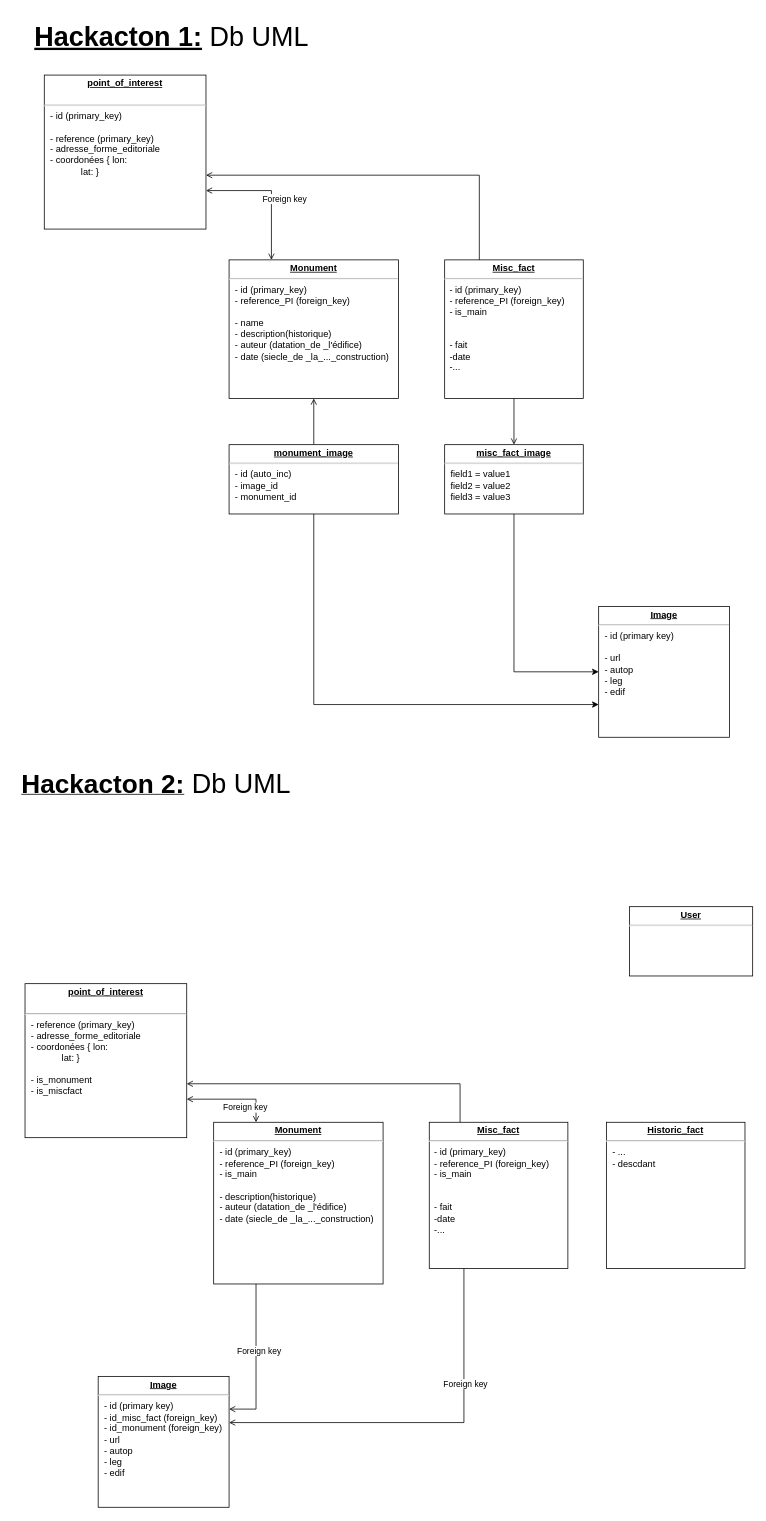
Before: StepOut_UML.drawio in Bazajee/StepOut, a draw.io diagram. Source tidied: cells renumbered, new cells numbered last; positions are measured from the earlier drawing's top-left corner, leaving out a move shared by most shapes. Both pictures are drawn from the tidied source at 77%, with x=0, y=0 at pixel (13, 13).
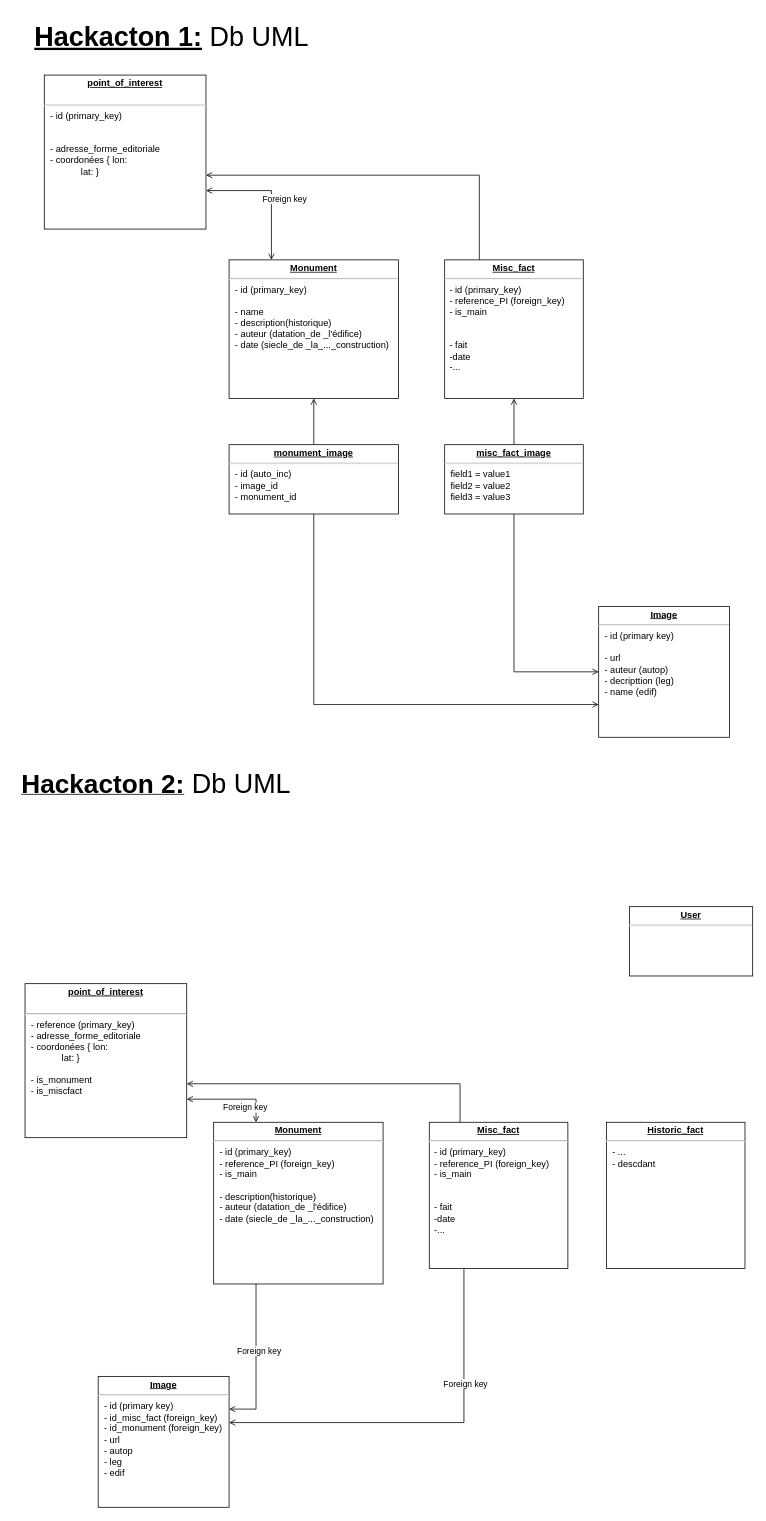
Above is the later version.

Commit message (it also covers changes not shown here):
Mettre à jour StepOut_UML.drawio

The change refers to these unchanged cells:
```xml
<mxCell id="18" value="&lt;p style=&quot;margin:0px;margin-top:4px;text-align:center;text-decoration:underline;&quot;&gt;&lt;b&gt;Misc_fact&lt;br&gt;&lt;/b&gt;&lt;/p&gt;&lt;hr&gt;&lt;div&gt;&amp;nbsp; - id (primary_key)&lt;br&gt;&lt;/div&gt;&lt;div&gt;&amp;nbsp; - reference_PI (foreign_key)&lt;/div&gt;&lt;div&gt;&amp;nbsp; - is_main&lt;/div&gt;&lt;div&gt;&lt;br&gt;&lt;/div&gt;&lt;div&gt;&lt;br&gt;&lt;/div&gt;&lt;div&gt;&amp;nbsp; - fait&amp;nbsp; &lt;br&gt;&lt;/div&gt;&lt;div&gt;&amp;nbsp; -date&lt;/div&gt;&lt;div&gt;&amp;nbsp; -...&lt;br&gt;&lt;/div&gt;" style="verticalAlign=top;align=left;overflow=fill;fontSize=12;fontFamily=Helvetica;html=1;whiteSpace=wrap;" parent="1" vertex="1">
  <mxGeometry x="560" y="320" width="180" height="180" as="geometry" />
</mxCell>
<mxCell id="27" value="&lt;p style=&quot;margin:0px;margin-top:4px;text-align:center;text-decoration:underline;&quot;&gt;&lt;b&gt;monument_image&lt;/b&gt;&lt;br&gt;&lt;/p&gt;&lt;hr&gt;&lt;p style=&quot;margin:0px;margin-left:8px;&quot;&gt;- id (auto_inc)&lt;/p&gt;&lt;p style=&quot;margin:0px;margin-left:8px;&quot;&gt;- image_id&lt;/p&gt;&lt;p style=&quot;margin:0px;margin-left:8px;&quot;&gt;- monument_id&lt;br&gt;&lt;/p&gt;&lt;p style=&quot;margin:0px;margin-left:8px;&quot;&gt;&lt;br&gt;&lt;/p&gt;&lt;p style=&quot;margin:0px;margin-left:8px;&quot;&gt;&lt;br&gt;&lt;/p&gt;" style="verticalAlign=top;align=left;overflow=fill;fontSize=12;fontFamily=Helvetica;html=1;whiteSpace=wrap;" parent="1" vertex="1">
  <mxGeometry x="280" y="560" width="220" height="90" as="geometry" />
</mxCell>
<mxCell id="29" value="&lt;p style=&quot;margin:0px;margin-top:4px;text-align:center;text-decoration:underline;&quot;&gt;&lt;b&gt;misc_fact_image&lt;/b&gt;&lt;/p&gt;&lt;hr&gt;&lt;p style=&quot;margin:0px;margin-left:8px;&quot;&gt;field1 = value1&lt;br&gt;field2 = value2&lt;br&gt;field3 = value3&lt;/p&gt;" style="verticalAlign=top;align=left;overflow=fill;fontSize=12;fontFamily=Helvetica;html=1;whiteSpace=wrap;" parent="1" vertex="1">
  <mxGeometry x="560" y="560" width="180" height="90" as="geometry" />
</mxCell>
```

Change to the diagram source:
```diff
@@
-    <mxCell id="17" style="edgeStyle=orthogonalEdgeStyle;rounded=0;jettySize=auto;html=1;entryX=0.5;entryY=0;entryDx=0;entryDy=0;endArrow=open;endFill=0;" parent="1" edge="1" source="18" target="29">
+    <mxCell id="17" style="edgeStyle=orthogonalEdgeStyle;rounded=0;jettySize=auto;html=1;entryX=0.5;entryY=0;entryDx=0;entryDy=0;endArrow=none;endFill=0;startArrow=open;startFill=0;" parent="1" edge="1" source="18" target="29">
       <mxGeometry relative="1" as="geometry" />
     </mxCell>
@@
-    <mxCell id="19" value="&lt;p style=&quot;margin:0px;margin-top:4px;text-align:center;text-decoration:underline;&quot;&gt;&lt;b&gt;point_of_interest&lt;/b&gt;&lt;br&gt;&lt;/p&gt;&lt;br&gt;&lt;hr&gt;&lt;p style=&quot;margin:0px;margin-left:8px;&quot;&gt;- id (primary_key)&lt;/p&gt;&lt;p style=&quot;margin:0px;margin-left:8px;&quot;&gt;&lt;br&gt;&lt;/p&gt;&lt;p style=&quot;margin:0px;margin-left:8px;&quot;&gt;- reference (primary_key)&lt;br&gt;&lt;/p&gt;&lt;p style=&quot;margin:0px;margin-left:8px;&quot;&gt;- adresse_forme_editoriale&lt;/p&gt;&lt;p style=&quot;margin:0px;margin-left:8px;&quot;&gt;- coordonées { lon:&lt;/p&gt;&lt;p style=&quot;margin:0px;margin-left:8px;&quot;&gt;&lt;span style=&quot;&quot;&gt;&lt;span style=&quot;&quot;&gt;&amp;nbsp;&amp;nbsp;&amp;nbsp;&amp;nbsp;&lt;/span&gt;&lt;/span&gt;&lt;span style=&quot;&quot;&gt;&lt;span style=&quot;&quot;&gt;&amp;nbsp;&amp;nbsp;&amp;nbsp;&amp;nbsp;&lt;/span&gt;&lt;/span&gt;&lt;span style=&quot;&quot;&gt;&lt;span style=&quot;&quot;&gt;&amp;nbsp;&amp;nbsp;&amp;nbsp;&amp;nbsp;&lt;/span&gt;&lt;/span&gt;lat: }&lt;/p&gt;&lt;p style=&quot;margin:0px;margin-left:8px;&quot;&gt;&lt;br&gt;&lt;/p&gt;&lt;p style=&quot;margin:0px;margin-left:8px;&quot;&gt;&lt;br&gt;&lt;/p&gt;&lt;p style=&quot;margin:0px;margin-left:8px;&quot;&gt;&lt;br&gt;&lt;/p&gt;" style="verticalAlign=top;align=left;overflow=fill;fontSize=12;fontFamily=Helvetica;html=1;whiteSpace=wrap;" parent="1" vertex="1">
+    <mxCell id="19" value="&lt;p style=&quot;margin:0px;margin-top:4px;text-align:center;text-decoration:underline;&quot;&gt;&lt;b&gt;point_of_interest&lt;/b&gt;&lt;br&gt;&lt;/p&gt;&lt;br&gt;&lt;hr&gt;&lt;p style=&quot;margin:0px;margin-left:8px;&quot;&gt;- id (primary_key)&lt;/p&gt;&lt;p style=&quot;margin:0px;margin-left:8px;&quot;&gt;&lt;br&gt;&lt;/p&gt;&lt;p style=&quot;margin:0px;margin-left:8px;&quot;&gt;&lt;br&gt;&lt;/p&gt;&lt;p style=&quot;margin:0px;margin-left:8px;&quot;&gt;- adresse_forme_editoriale&lt;/p&gt;&lt;p style=&quot;margin:0px;margin-left:8px;&quot;&gt;- coordonées { lon:&lt;/p&gt;&lt;p style=&quot;margin:0px;margin-left:8px;&quot;&gt;&lt;span style=&quot;&quot;&gt;&lt;span style=&quot;&quot;&gt;&amp;nbsp;&amp;nbsp;&amp;nbsp;&amp;nbsp;&lt;/span&gt;&lt;/span&gt;&lt;span style=&quot;&quot;&gt;&lt;span style=&quot;&quot;&gt;&amp;nbsp;&amp;nbsp;&amp;nbsp;&amp;nbsp;&lt;/span&gt;&lt;/span&gt;&lt;span style=&quot;&quot;&gt;&lt;span style=&quot;&quot;&gt;&amp;nbsp;&amp;nbsp;&amp;nbsp;&amp;nbsp;&lt;/span&gt;&lt;/span&gt;lat: }&lt;/p&gt;&lt;p style=&quot;margin:0px;margin-left:8px;&quot;&gt;&lt;br&gt;&lt;/p&gt;&lt;p style=&quot;margin:0px;margin-left:8px;&quot;&gt;&lt;br&gt;&lt;/p&gt;&lt;p style=&quot;margin:0px;margin-left:8px;&quot;&gt;&lt;br&gt;&lt;/p&gt;" style="verticalAlign=top;align=left;overflow=fill;fontSize=12;fontFamily=Helvetica;html=1;whiteSpace=wrap;" parent="1" vertex="1">
       <mxGeometry x="40" y="80" width="210" height="200" as="geometry" />
     </mxCell>
@@
-    <mxCell id="23" value="&lt;p style=&quot;margin:0px;margin-top:4px;text-align:center;text-decoration:underline;&quot;&gt;&lt;b&gt;Monument&lt;/b&gt;&lt;/p&gt;&lt;hr&gt;&lt;p style=&quot;margin:0px;margin-left:8px;&quot;&gt;- id (primary_key)&lt;br&gt;&lt;/p&gt;&lt;p style=&quot;margin:0px;margin-left:8px;&quot;&gt;- reference_PI (foreign_key)&lt;/p&gt;&lt;p style=&quot;margin:0px;margin-left:8px;&quot;&gt;&lt;br&gt;&lt;/p&gt;&lt;p style=&quot;margin:0px;margin-left:8px;&quot;&gt;- name&lt;br&gt;&lt;/p&gt;&lt;p style=&quot;margin:0px;margin-left:8px;&quot;&gt;&lt;/p&gt;&lt;p style=&quot;margin:0px;margin-left:8px;&quot;&gt;- description(historique)&lt;br&gt;&lt;/p&gt;&lt;p style=&quot;margin:0px;margin-left:8px;&quot;&gt;- auteur (datation_de _l'édifice)&lt;/p&gt;&lt;p style=&quot;margin:0px;margin-left:8px;&quot;&gt;- date (siecle_de _la_..._construction)&lt;/p&gt;&lt;p style=&quot;margin:0px;margin-left:8px;&quot;&gt;&lt;/p&gt;&lt;p style=&quot;margin:0px;margin-left:8px;&quot;&gt;&lt;/p&gt;" style="verticalAlign=top;align=left;overflow=fill;fontSize=12;fontFamily=Helvetica;html=1;whiteSpace=wrap;" parent="1" vertex="1">
+    <mxCell id="23" value="&lt;p style=&quot;margin:0px;margin-top:4px;text-align:center;text-decoration:underline;&quot;&gt;&lt;b&gt;Monument&lt;/b&gt;&lt;/p&gt;&lt;hr&gt;&lt;p style=&quot;margin:0px;margin-left:8px;&quot;&gt;- id (primary_key)&lt;br&gt;&lt;/p&gt;&lt;p style=&quot;margin:0px;margin-left:8px;&quot;&gt;&lt;br&gt;&lt;/p&gt;&lt;p style=&quot;margin:0px;margin-left:8px;&quot;&gt;- name&lt;br&gt;&lt;/p&gt;&lt;p style=&quot;margin:0px;margin-left:8px;&quot;&gt;&lt;/p&gt;&lt;p style=&quot;margin:0px;margin-left:8px;&quot;&gt;- description(historique)&lt;br&gt;&lt;/p&gt;&lt;p style=&quot;margin:0px;margin-left:8px;&quot;&gt;- auteur (datation_de _l'édifice)&lt;/p&gt;&lt;p style=&quot;margin:0px;margin-left:8px;&quot;&gt;- date (siecle_de _la_..._construction)&lt;/p&gt;&lt;p style=&quot;margin:0px;margin-left:8px;&quot;&gt;&lt;/p&gt;&lt;p style=&quot;margin:0px;margin-left:8px;&quot;&gt;&lt;/p&gt;" style="verticalAlign=top;align=left;overflow=fill;fontSize=12;fontFamily=Helvetica;html=1;whiteSpace=wrap;" parent="1" vertex="1">
       <mxGeometry x="280" y="320" width="220" height="180" as="geometry" />
     </mxCell>
-    <mxCell id="24" value="&lt;p style=&quot;margin:0px;margin-top:4px;text-align:center;text-decoration:underline;&quot;&gt;&lt;b&gt;Image&lt;/b&gt;&lt;/p&gt;&lt;hr&gt;&lt;p style=&quot;margin:0px;margin-left:8px;&quot;&gt;- id (primary key)&lt;/p&gt;&lt;br&gt;&lt;p style=&quot;margin:0px;margin-left:8px;&quot;&gt;- url&lt;/p&gt;&lt;p style=&quot;margin:0px;margin-left:8px;&quot;&gt;- autop&lt;/p&gt;&lt;p style=&quot;margin:0px;margin-left:8px;&quot;&gt;- leg&lt;/p&gt;&lt;p style=&quot;margin:0px;margin-left:8px;&quot;&gt;- edif&lt;br&gt;&lt;/p&gt;" style="verticalAlign=top;align=left;overflow=fill;fontSize=12;fontFamily=Helvetica;html=1;whiteSpace=wrap;" parent="1" vertex="1">
+    <mxCell id="24" value="&lt;p style=&quot;margin:0px;margin-top:4px;text-align:center;text-decoration:underline;&quot;&gt;&lt;b&gt;Image&lt;/b&gt;&lt;/p&gt;&lt;hr&gt;&lt;p style=&quot;margin:0px;margin-left:8px;&quot;&gt;- id (primary key)&lt;/p&gt;&lt;br&gt;&lt;p style=&quot;margin:0px;margin-left:8px;&quot;&gt;- url&lt;/p&gt;&lt;p style=&quot;margin:0px;margin-left:8px;&quot;&gt;- auteur (autop)&lt;/p&gt;&lt;p style=&quot;margin:0px;margin-left:8px;&quot;&gt;- decripttion (leg)&lt;/p&gt;&lt;p style=&quot;margin:0px;margin-left:8px;&quot;&gt;- name (edif)&lt;br&gt;&lt;/p&gt;" style="verticalAlign=top;align=left;overflow=fill;fontSize=12;fontFamily=Helvetica;html=1;whiteSpace=wrap;" parent="1" vertex="1">
       <mxGeometry x="760" y="770" width="170" height="170" as="geometry" />
     </mxCell>
@@
-    <mxCell id="26" style="edgeStyle=orthogonalEdgeStyle;rounded=0;jettySize=auto;html=1;entryX=0;entryY=0.75;entryDx=0;entryDy=0;exitX=0.5;exitY=1;exitDx=0;exitDy=0;" parent="1" edge="1" source="27" target="24">
+    <mxCell id="26" style="edgeStyle=orthogonalEdgeStyle;rounded=0;jettySize=auto;html=1;entryX=0;entryY=0.75;entryDx=0;entryDy=0;exitX=0.5;exitY=1;exitDx=0;exitDy=0;endArrow=open;endFill=0;" parent="1" edge="1" source="27" target="24">
       <mxGeometry relative="1" as="geometry" />
     </mxCell>
@@
-    <mxCell id="28" style="edgeStyle=orthogonalEdgeStyle;rounded=0;jettySize=auto;html=1;entryX=0;entryY=0.5;entryDx=0;entryDy=0;exitX=0.5;exitY=1;exitDx=0;exitDy=0;" parent="1" edge="1" source="29" target="24">
+    <mxCell id="28" style="edgeStyle=orthogonalEdgeStyle;rounded=0;jettySize=auto;html=1;entryX=0;entryY=0.5;entryDx=0;entryDy=0;exitX=0.5;exitY=1;exitDx=0;exitDy=0;endArrow=open;endFill=0;" parent="1" edge="1" source="29" target="24">
       <mxGeometry relative="1" as="geometry" />
     </mxCell>
```
